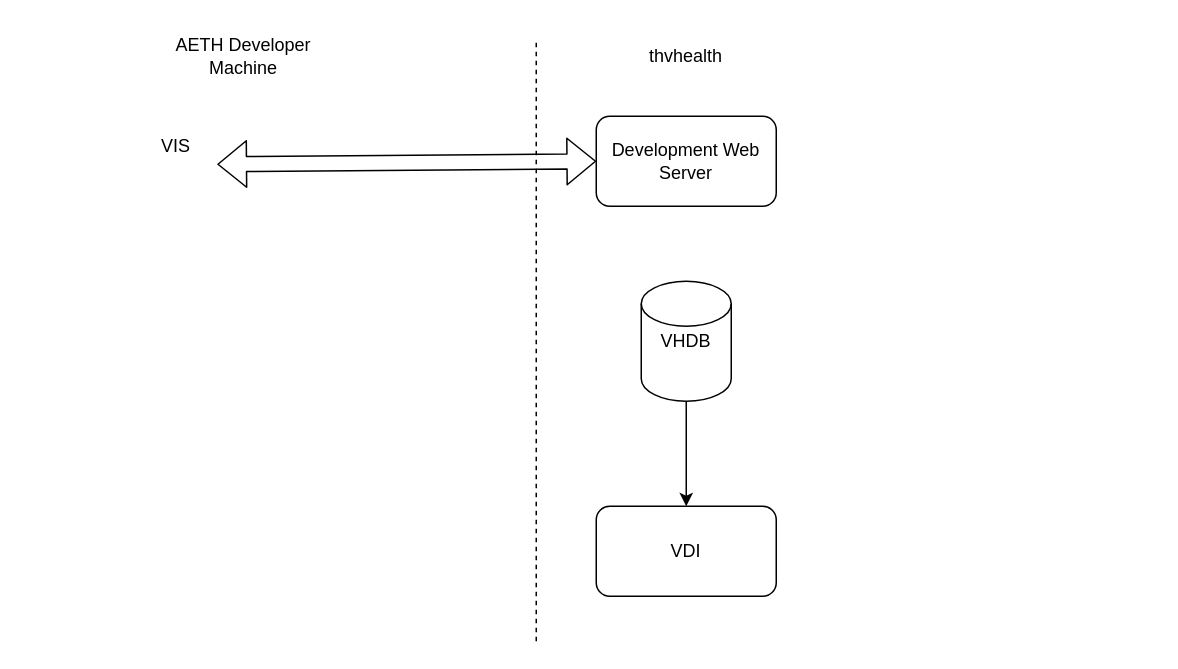
This is Untitled Diagram.drawio from shannuvijaya/BADM, a draw.io file, before an edit. Source tidied: cells renumbered, new cells numbered last; positions are measured from the earlier drawing's top-left corner, leaving out a move shared by most shapes. Both pictures are drawn from the tidied source at 150%, with x=0, y=0 at pixel (146, 40).
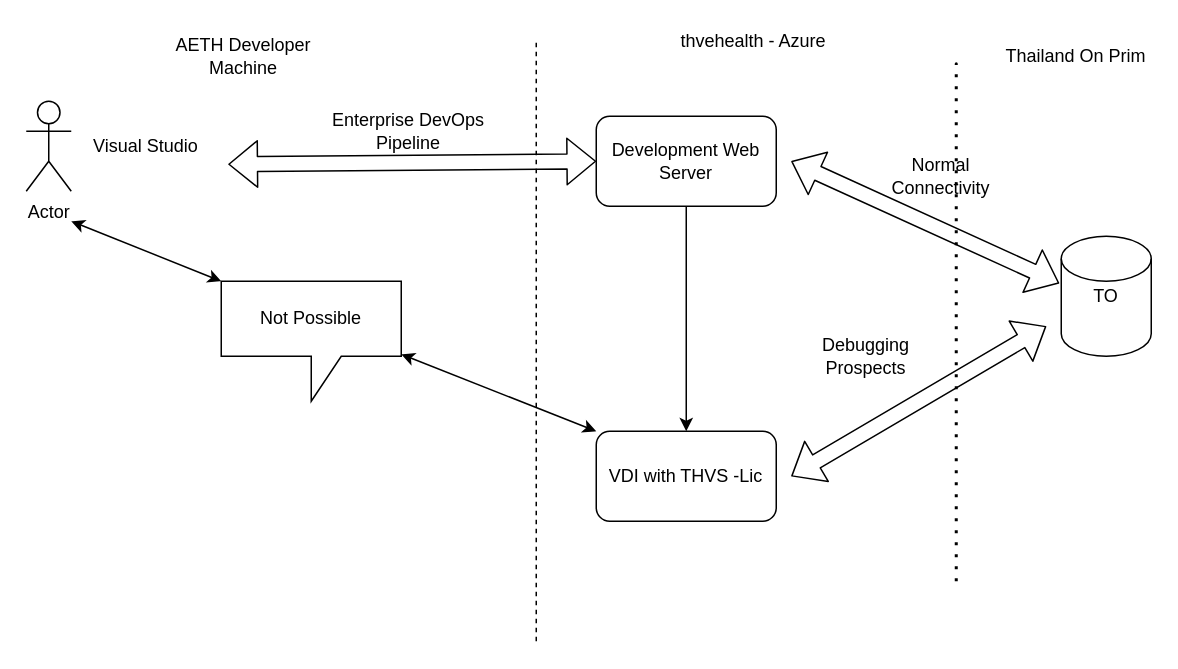
Above is the later version.

Unchanged cells that the change refers to:
```xml
<mxCell id="5" value="Development Web Server" style="rounded=1;whiteSpace=wrap;html=1;" parent="1" vertex="1">
  <mxGeometry x="300" y="50" width="120" height="60" as="geometry" />
</mxCell>
```

Diff of the diagram source:
```diff
@@
-    <mxCell id="3" value="thvhealth" style="text;html=1;strokeColor=none;fillColor=none;align=center;verticalAlign=middle;whiteSpace=wrap;rounded=0;" parent="1" vertex="1">
-      <mxGeometry x="340" width="40" height="20" as="geometry" />
-    </mxCell>
@@
-    <mxCell id="6" value="VIS" style="text;html=1;strokeColor=none;fillColor=none;align=center;verticalAlign=middle;whiteSpace=wrap;rounded=0;" parent="1" vertex="1">
-      <mxGeometry y="60" width="40" height="20" as="geometry" />
+    <mxCell id="6" value="Visual Studio" style="text;html=1;strokeColor=none;fillColor=none;align=center;verticalAlign=middle;whiteSpace=wrap;rounded=0;" parent="1" vertex="1">
+      <mxGeometry x="-40" y="60" width="80" height="20" as="geometry" />
     </mxCell>
@@
-    <mxCell id="8" style="edgeStyle=orthogonalEdgeStyle;rounded=0;jettySize=auto;html=1;" parent="1" edge="1" source="9" target="10">
+    <mxCell id="8" style="edgeStyle=orthogonalEdgeStyle;rounded=0;jettySize=auto;html=1;exitX=0.5;exitY=1;exitDx=0;exitDy=0;" parent="1" edge="1" source="5" target="10">
       <mxGeometry relative="1" as="geometry" />
     </mxCell>
-    <mxCell id="9" value="VHDB" style="shape=cylinder2;whiteSpace=wrap;html=1;boundedLbl=1;backgroundOutline=1;size=15;" parent="1" vertex="1">
-      <mxGeometry x="330" y="160" width="60" height="80" as="geometry" />
-    </mxCell>
-    <mxCell id="10" value="VDI" style="rounded=1;whiteSpace=wrap;html=1;" parent="1" vertex="1">
-      <mxGeometry x="300" y="310" width="120" height="60" as="geometry" />
+    <mxCell id="10" value="VDI&amp;nbsp;with THVS -Lic" style="rounded=1;whiteSpace=wrap;html=1;" parent="1" vertex="1">
+      <mxGeometry x="300" y="260" width="120" height="60" as="geometry" />
     </mxCell>
+    <mxCell id="11" style="endArrow=none;dashed=1;html=1;dashPattern=1 3;strokeWidth=2;" parent="1" edge="1">
+      <mxGeometry relative="1" as="geometry">
+        <mxPoint x="540" y="360" as="sourcePoint" />
+        <mxPoint x="540" y="200" as="targetPoint" />
+        <Array as="points">
+          <mxPoint x="540" y="10" />
+        </Array>
+      </mxGeometry>
+    </mxCell>
+    <mxCell id="12" value="Thailand On Prim" style="text;html=1;strokeColor=none;fillColor=none;align=center;verticalAlign=middle;whiteSpace=wrap;rounded=0;" parent="1" vertex="1">
+      <mxGeometry x="570" width="100" height="20" as="geometry" />
+    </mxCell>
+    <mxCell id="13" value="TO" style="shape=cylinder2;whiteSpace=wrap;html=1;boundedLbl=1;backgroundOutline=1;size=15;" parent="1" vertex="1">
+      <mxGeometry x="610" y="130" width="60" height="80" as="geometry" />
+    </mxCell>
+    <mxCell id="14" style="shape=flexArrow;endArrow=classic;startArrow=classic;html=1;entryX=-0.022;entryY=0.392;entryDx=0;entryDy=0;entryPerimeter=0;" parent="1" edge="1" target="13">
+      <mxGeometry relative="1" as="geometry">
+        <mxPoint x="430" y="80" as="sourcePoint" />
+      </mxGeometry>
+    </mxCell>
+    <mxCell id="15" value="Actor" style="shape=umlActor;verticalLabelPosition=bottom;verticalAlign=top;html=1;" parent="1" vertex="1">
+      <mxGeometry x="-80" y="40" width="30" height="60" as="geometry" />
+    </mxCell>
+    <mxCell id="16" style="endArrow=classic;startArrow=classic;html=1;entryX=0;entryY=0;entryDx=0;entryDy=0;" parent="1" edge="1" source="17" target="10">
+      <mxGeometry relative="1" as="geometry" />
+    </mxCell>
+    <mxCell id="17" value="Not Possible" style="shape=callout;whiteSpace=wrap;html=1;perimeter=calloutPerimeter;" parent="1" vertex="1">
+      <mxGeometry x="50" y="160" width="120" height="80" as="geometry" />
+    </mxCell>
+    <mxCell id="18" style="endArrow=classic;startArrow=classic;html=1;entryX=0;entryY=0;entryDx=0;entryDy=0;" parent="1" edge="1" target="17">
+      <mxGeometry relative="1" as="geometry">
+        <mxPoint x="-50" y="120" as="sourcePoint" />
+      </mxGeometry>
+    </mxCell>
+    <mxCell id="19" value="thvehealth - Azure" style="text;html=1;strokeColor=none;fillColor=none;align=center;verticalAlign=middle;whiteSpace=wrap;rounded=0;" parent="1" vertex="1">
+      <mxGeometry x="350" y="-10" width="110" height="20" as="geometry" />
+    </mxCell>
+    <mxCell id="20" style="shape=flexArrow;endArrow=classic;startArrow=classic;html=1;" parent="1" edge="1">
+      <mxGeometry relative="1" as="geometry">
+        <mxPoint x="430" y="290" as="sourcePoint" />
+        <mxPoint x="600" y="190" as="targetPoint" />
+      </mxGeometry>
+    </mxCell>
+    <mxCell id="21" value="Debugging Prospects" style="text;html=1;strokeColor=none;fillColor=none;align=center;verticalAlign=middle;whiteSpace=wrap;rounded=0;" parent="1" vertex="1">
+      <mxGeometry x="440" y="200" width="80" height="20" as="geometry" />
+    </mxCell>
+    <mxCell id="22" value="Normal Connectivity" style="text;html=1;strokeColor=none;fillColor=none;align=center;verticalAlign=middle;whiteSpace=wrap;rounded=0;" parent="1" vertex="1">
+      <mxGeometry x="490" y="80" width="80" height="20" as="geometry" />
+    </mxCell>
+    <mxCell id="23" value="Enterprise DevOps Pipeline" style="text;html=1;strokeColor=none;fillColor=none;align=center;verticalAlign=middle;whiteSpace=wrap;rounded=0;" parent="1" vertex="1">
+      <mxGeometry x="120" y="50" width="110" height="20" as="geometry" />
+    </mxCell>
```
